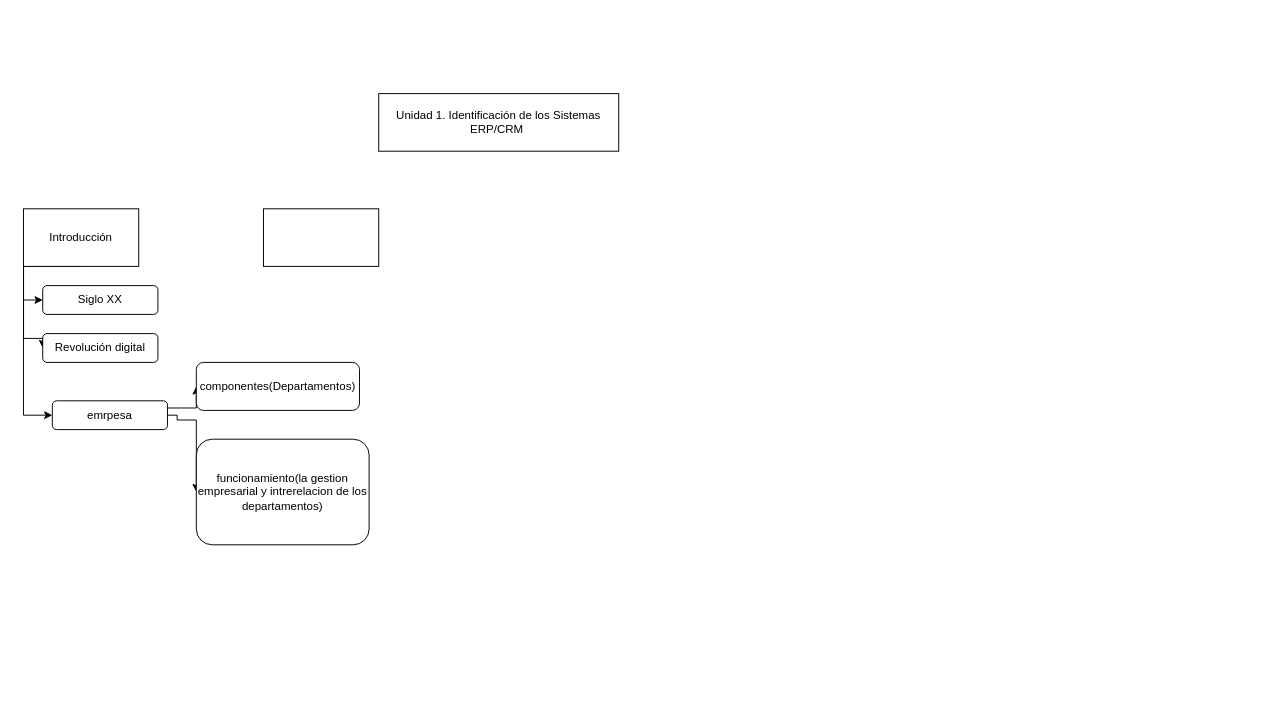
Above: SXE/Diagrama sin título.drawio in David646464/dam2_repositorio (draw.io), before the change. Source tidied: cells renumbered, new cells numbered last; positions are measured from the earlier drawing's top-left corner, leaving out a move shared by most shapes. Both pictures are drawn from the tidied source at 96%, with x=0, y=0 at pixel (23, 93).
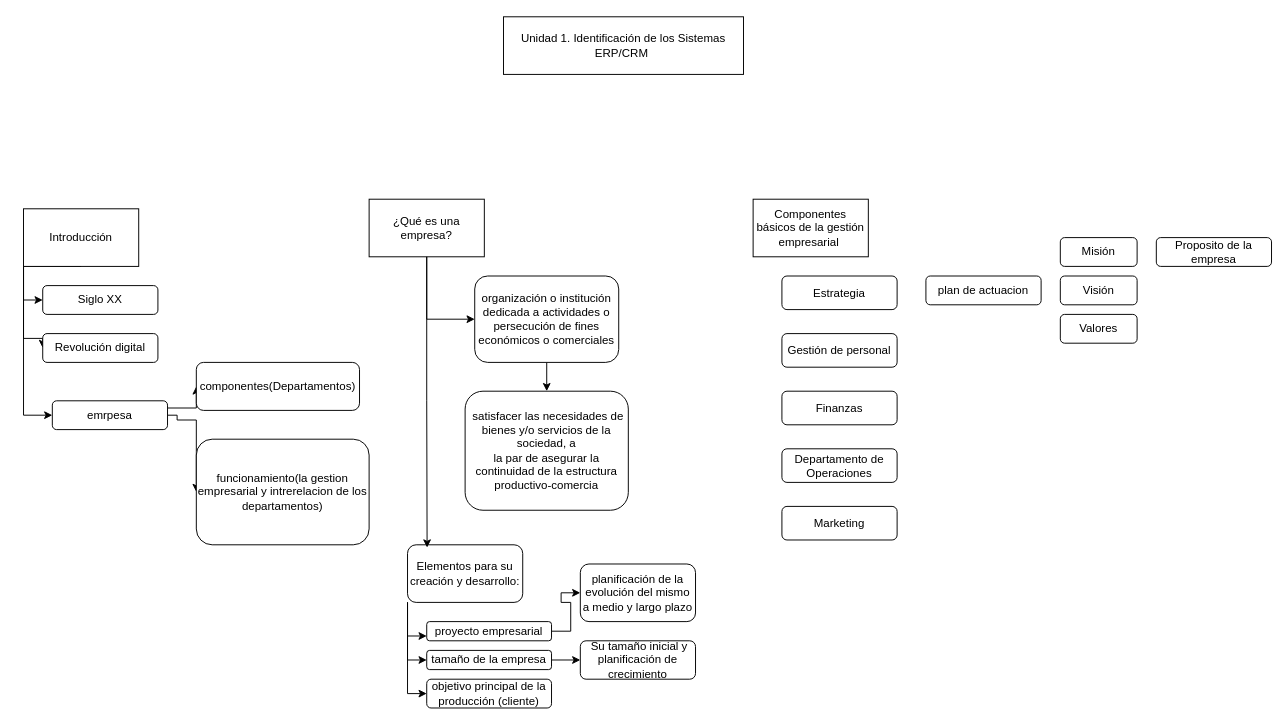
The same diagram, later.

Change to the diagram source:
```diff
@@
     <mxCell id="2" value="Unidad 1. Identificación de los Sistemas ERP/CRM&amp;nbsp;" style="rounded=0;whiteSpace=wrap;html=1;" parent="1" vertex="1">
-      <mxGeometry x="370" width="250" height="60" as="geometry" />
+      <mxGeometry x="500" y="-80" width="250" height="60" as="geometry" />
     </mxCell>
@@
+    <mxCell id="15" style="edgeStyle=orthogonalEdgeStyle;rounded=0;jettySize=auto;html=1;exitX=0.5;exitY=1;exitDx=0;exitDy=0;entryX=0;entryY=0.5;entryDx=0;entryDy=0;" parent="1" edge="1" source="14" target="17">
+      <mxGeometry relative="1" as="geometry" />
+    </mxCell>
-    <mxCell id="14" style="rounded=0;whiteSpace=wrap;html=1;" parent="1" vertex="1">
-      <mxGeometry x="250" y="120" width="120" height="60" as="geometry" />
+    <mxCell id="14" value="¿Qué es una empresa?" style="rounded=0;whiteSpace=wrap;html=1;" parent="1" vertex="1">
+      <mxGeometry x="360" y="110" width="120" height="60" as="geometry" />
     </mxCell>
+    <mxCell id="16" style="edgeStyle=orthogonalEdgeStyle;rounded=0;jettySize=auto;html=1;exitX=0.5;exitY=1;exitDx=0;exitDy=0;entryX=0.5;entryY=0;entryDx=0;entryDy=0;" parent="1" edge="1" source="17" target="18">
+      <mxGeometry relative="1" as="geometry" />
+    </mxCell>
+    <mxCell id="17" value="organización o institución dedicada a actividades o persecución de fines&lt;br/&gt;económicos o comerciales" style="rounded=1;whiteSpace=wrap;html=1;" parent="1" vertex="1">
+      <mxGeometry x="470" y="190" width="150" height="90" as="geometry" />
+    </mxCell>
+    <mxCell id="18" value="&amp;nbsp;satisfacer las necesidades de bienes y/o servicios de la sociedad, a&lt;br/&gt;la par de asegurar la continuidad de la estructura productivo-comercia" style="rounded=1;whiteSpace=wrap;html=1;" parent="1" vertex="1">
+      <mxGeometry x="460" y="310" width="170" height="124" as="geometry" />
+    </mxCell>
+    <mxCell id="19" style="edgeStyle=orthogonalEdgeStyle;rounded=0;jettySize=auto;html=1;exitX=0;exitY=1;exitDx=0;exitDy=0;entryX=0;entryY=0.5;entryDx=0;entryDy=0;" parent="1" edge="1" source="22" target="26">
+      <mxGeometry relative="1" as="geometry" />
+    </mxCell>
+    <mxCell id="20" style="edgeStyle=orthogonalEdgeStyle;rounded=0;jettySize=auto;html=1;exitX=0;exitY=1;exitDx=0;exitDy=0;entryX=0;entryY=0.5;entryDx=0;entryDy=0;" parent="1" edge="1" source="22" target="28">
+      <mxGeometry relative="1" as="geometry" />
+    </mxCell>
+    <mxCell id="21" style="edgeStyle=orthogonalEdgeStyle;rounded=0;jettySize=auto;html=1;exitX=0;exitY=1;exitDx=0;exitDy=0;entryX=0;entryY=0.75;entryDx=0;entryDy=0;" parent="1" edge="1" source="22" target="25">
+      <mxGeometry relative="1" as="geometry" />
+    </mxCell>
+    <mxCell id="22" value="Elementos para su creación y desarrollo:" style="rounded=1;whiteSpace=wrap;html=1;" parent="1" vertex="1">
+      <mxGeometry x="400" y="470" width="120" height="60" as="geometry" />
+    </mxCell>
+    <mxCell id="23" style="edgeStyle=orthogonalEdgeStyle;rounded=0;jettySize=auto;html=1;exitX=0.5;exitY=1;exitDx=0;exitDy=0;entryX=0.17;entryY=0.048;entryDx=0;entryDy=0;entryPerimeter=0;" parent="1" edge="1" source="14" target="22">
+      <mxGeometry relative="1" as="geometry" />
+    </mxCell>
+    <mxCell id="24" style="edgeStyle=orthogonalEdgeStyle;rounded=0;jettySize=auto;html=1;exitX=1;exitY=0.5;exitDx=0;exitDy=0;entryX=0;entryY=0.5;entryDx=0;entryDy=0;" parent="1" edge="1" source="25" target="29">
+      <mxGeometry relative="1" as="geometry" />
+    </mxCell>
+    <mxCell id="25" value="proyecto empresarial" style="rounded=1;whiteSpace=wrap;html=1;" parent="1" vertex="1">
+      <mxGeometry x="420" y="550" width="130" height="20" as="geometry" />
+    </mxCell>
+    <mxCell id="26" value="objetivo principal de la producción (cliente)" style="rounded=1;whiteSpace=wrap;html=1;" parent="1" vertex="1">
+      <mxGeometry x="420" y="610" width="130" height="30" as="geometry" />
+    </mxCell>
+    <mxCell id="27" style="edgeStyle=orthogonalEdgeStyle;rounded=0;jettySize=auto;html=1;exitX=1;exitY=0.5;exitDx=0;exitDy=0;entryX=0;entryY=0.5;entryDx=0;entryDy=0;" parent="1" edge="1" source="28" target="30">
+      <mxGeometry relative="1" as="geometry" />
+    </mxCell>
+    <mxCell id="28" value="tamaño de la empresa" style="rounded=1;whiteSpace=wrap;html=1;" parent="1" vertex="1">
+      <mxGeometry x="420" y="580" width="130" height="20" as="geometry" />
+    </mxCell>
+    <mxCell id="29" value="planificación de la evolución del mismo a medio y largo plazo" style="rounded=1;whiteSpace=wrap;html=1;" parent="1" vertex="1">
+      <mxGeometry x="580" y="490" width="120" height="60" as="geometry" />
+    </mxCell>
+    <mxCell id="30" value="&amp;nbsp;Su tamaño inicial y planificación de crecimiento" style="rounded=1;whiteSpace=wrap;html=1;" parent="1" vertex="1">
+      <mxGeometry x="580" y="570" width="120" height="40" as="geometry" />
+    </mxCell>
+    <mxCell id="31" value="Componentes básicos de la gestión empresarial&amp;nbsp;" style="rounded=0;whiteSpace=wrap;html=1;" parent="1" vertex="1">
+      <mxGeometry x="760" y="110" width="120" height="60" as="geometry" />
+    </mxCell>
+    <mxCell id="32" value="Estrategia" style="rounded=1;whiteSpace=wrap;html=1;" parent="1" vertex="1">
+      <mxGeometry x="790" y="190" width="120" height="35" as="geometry" />
+    </mxCell>
+    <mxCell id="33" value="Gestión de personal" style="rounded=1;whiteSpace=wrap;html=1;" parent="1" vertex="1">
+      <mxGeometry x="790" y="250" width="120" height="35" as="geometry" />
+    </mxCell>
+    <mxCell id="34" value="Finanzas" style="rounded=1;whiteSpace=wrap;html=1;" parent="1" vertex="1">
+      <mxGeometry x="790" y="310" width="120" height="35" as="geometry" />
+    </mxCell>
+    <mxCell id="35" value="Departamento de Operaciones" style="rounded=1;whiteSpace=wrap;html=1;" parent="1" vertex="1">
+      <mxGeometry x="790" y="370" width="120" height="35" as="geometry" />
+    </mxCell>
+    <mxCell id="36" value="Marketing" style="rounded=1;whiteSpace=wrap;html=1;" parent="1" vertex="1">
+      <mxGeometry x="790" y="430" width="120" height="35" as="geometry" />
+    </mxCell>
+    <mxCell id="37" value="plan de actuacion" style="rounded=1;whiteSpace=wrap;html=1;" parent="1" vertex="1">
+      <mxGeometry x="940" y="190" width="120" height="30" as="geometry" />
+    </mxCell>
+    <mxCell id="38" value="Misión" style="rounded=1;whiteSpace=wrap;html=1;" parent="1" vertex="1">
+      <mxGeometry x="1080" y="150" width="80" height="30" as="geometry" />
+    </mxCell>
+    <mxCell id="39" value="Visión" style="rounded=1;whiteSpace=wrap;html=1;" parent="1" vertex="1">
+      <mxGeometry x="1080" y="190" width="80" height="30" as="geometry" />
+    </mxCell>
+    <mxCell id="40" value="Valores" style="rounded=1;whiteSpace=wrap;html=1;" parent="1" vertex="1">
+      <mxGeometry x="1080" y="230" width="80" height="30" as="geometry" />
+    </mxCell>
+    <mxCell id="41" value="Proposito de la empresa" style="rounded=1;whiteSpace=wrap;html=1;" parent="1" vertex="1">
+      <mxGeometry x="1180" y="150" width="120" height="30" as="geometry" />
+    </mxCell>
```
